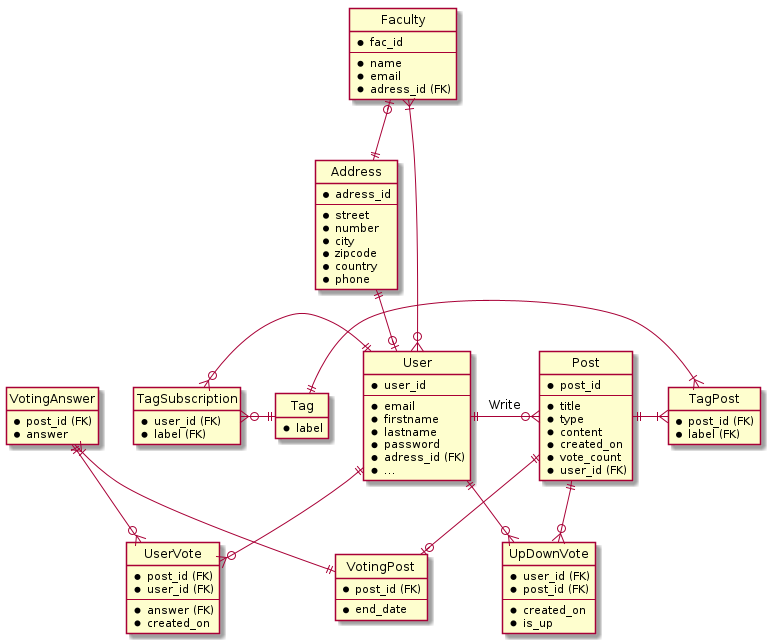
The PlantUML diagram doc/out/uml/database_schema/db_mdl.png in LeGroupeDeFer/infom114_LaboMDL, before a commit. Source of this version:
```plantuml
@startuml db_mdl

hide circle
hide empty members






entity User {
  * user_id
  --
  * email
  * firstname
  * lastname
  * password
  * adress_id (FK)
  * ...
}

entity Address {
  * adress_id
  --
  * street
  * number
  * city
  * zipcode
  * country
  * phone
}



entity UpDownVote {
  * user_id (FK)
  * post_id (FK)
  --
  * created_on
  * is_up
}

entity TagSubscription{
  * user_id (FK)
  * label (FK)
}

entity Tag {
  * label
}

entity Post {
  * post_id
  --
  * title
  * type
  * content
  * created_on
  * vote_count
  * user_id (FK)
}


entity VotingPost {
  * post_id (FK)
  --
  * end_date
}

entity TagPost {
    * post_id (FK)
    * label (FK)
}

entity UserVote {
  * post_id (FK)
  * user_id (FK)
  --
  * answer (FK)
  * created_on
}

entity VotingAnswer{
  * post_id (FK)
  * answer
}

entity Faculty  {
  * fac_id
  --
  * name
  * email
  * adress_id (FK)
}

Address ||--o| User


Faculty }|--o{ User
Faculty |o--|| Address


User ||-o{ Post : Write
User ||--o{ UpDownVote
Post ||--o{ UpDownVote

Post ||--o| VotingPost
VotingAnswer}|-|| VotingPost

User  ||--o{ UserVote
VotingAnswer ||--o{  UserVote

TagSubscription }o-|| User
TagSubscription }o-|| Tag

Tag  ||-|{  TagPost
Post ||-|{  TagPost
@enduml
```
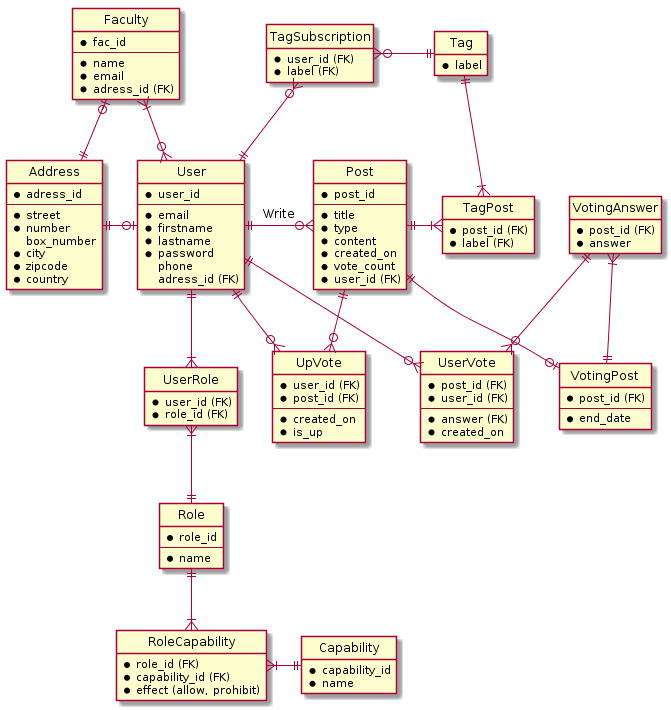
After the change.

Commit message:
update database schema (adding role/capabilities)

What changed in the source:
```diff
@@ -15,8 +15,8 @@
   * firstname
   * lastname
   * password
-  * adress_id (FK)
-  * ...
+  phone
+  adress_id (FK)
 }
 
 entity Address {
@@ -24,15 +24,14 @@
   --
   * street
   * number
+  box_number
   * city
   * zipcode
   * country
-  * phone
 }
 
 
-
-entity UpDownVote {
+entity UpVote {
   * user_id (FK)
   * post_id (FK)
   --
@@ -93,7 +92,29 @@
   * adress_id (FK)
 }
 
-Address ||--o| User
+entity Role {
+  * role_id
+  --
+  * name
+}
+
+entity UserRole {
+  * user_id (FK)
+  * role_id (FK)
+}
+
+entity RoleCapability {
+  * role_id (FK)
+  * capability_id (FK)
+  * effect (allow, prohibit)
+}
+
+entity Capability {
+  * capability_id
+  * name
+}
+
+Address ||-o| User
 
 
 Faculty }|--o{ User
@@ -101,8 +122,8 @@
 
 
 User ||-o{ Post : Write
-User ||--o{ UpDownVote
-Post ||--o{ UpDownVote
+User ||--o{ UpVote
+Post ||--o{ UpVote
 
 Post ||--o| VotingPost
 VotingAnswer}|-|| VotingPost
@@ -110,9 +131,16 @@
 User  ||--o{ UserVote
 VotingAnswer ||--o{  UserVote
 
-TagSubscription }o-|| User
+TagSubscription }o--|| User
 TagSubscription }o-|| Tag
 
-Tag  ||-|{  TagPost
+Tag  ||--|{  TagPost
 Post ||-|{  TagPost
+
+
+User ||--|{ UserRole
+UserRole }|--|| Role
+Role ||--|{ RoleCapability
+RoleCapability }|-|| Capability
+
 @enduml
```
